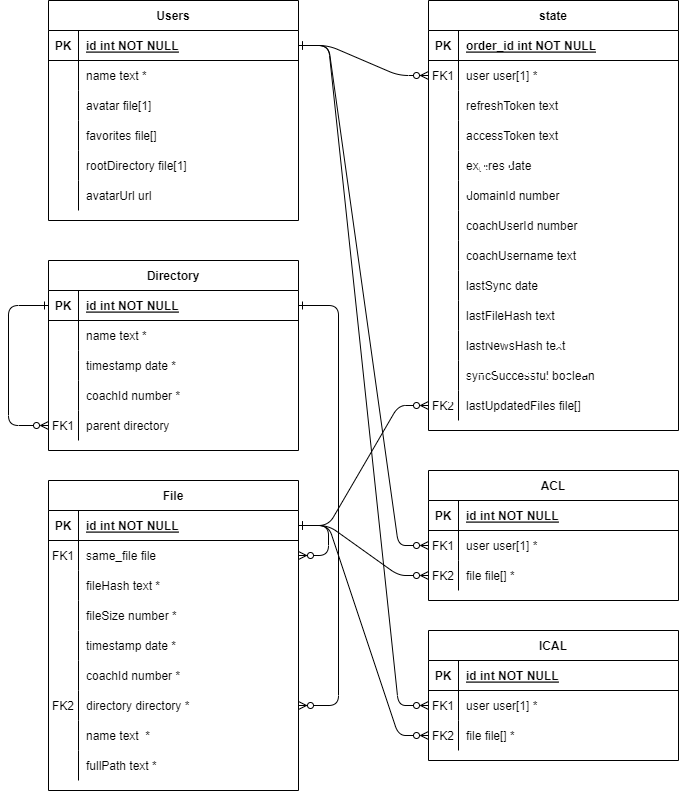
The draw.io diagram docs/entity-relation-model.png in jonas-ponas/better-provadis-coach, before a commit. Source tidied: cells renumbered, new cells last; positions are measured from the earlier drawing's top-left corner, leaving out a move shared by most shapes.
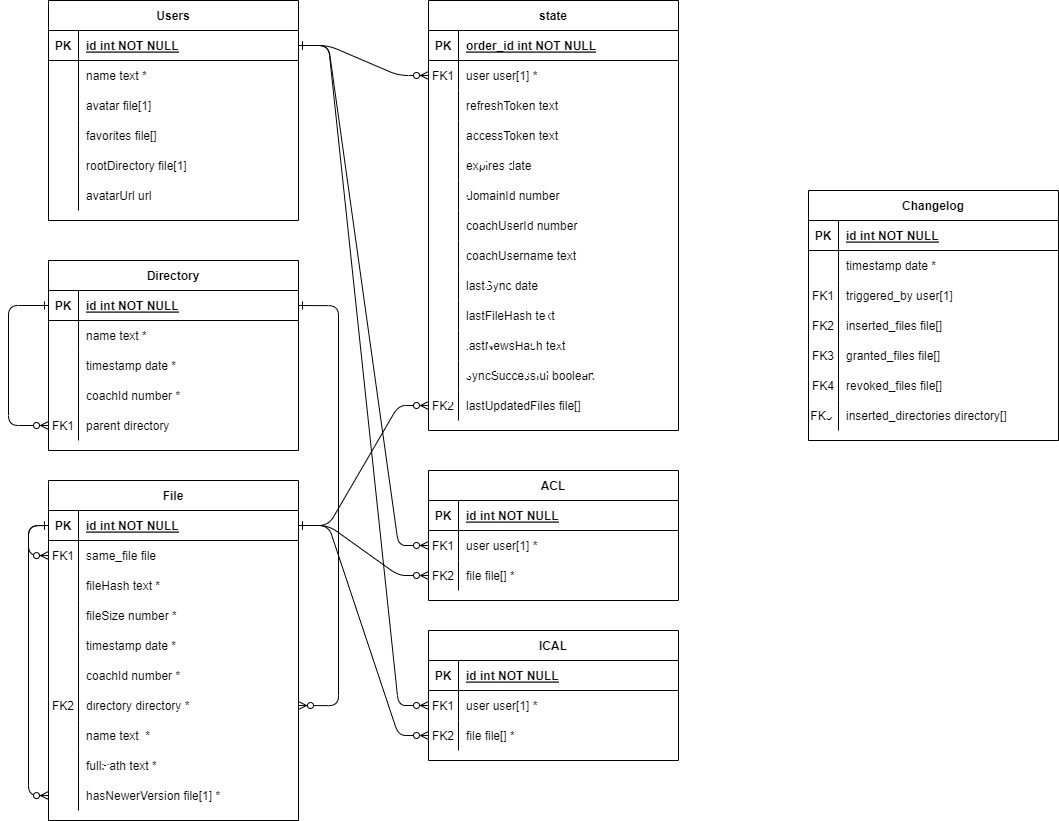
The same diagram one commit later.

Change to the diagram source:
```diff
@@ -126,7 +126,7 @@
       <mxGeometry x="30" width="220" height="30" as="geometry" />
     </mxCell>
     <mxCell id="43" value="File" style="shape=table;startSize=30;rowLines=0;fontStyle=1;align=center;" parent="1" vertex="1">
-      <mxGeometry x="40" y="480" width="250" height="310" as="geometry" />
+      <mxGeometry x="40" y="480" width="250" height="340" as="geometry" />
     </mxCell>
     <mxCell id="44" style="shape=partialRectangle;fillColor=none;points=[[0,0.5],[1,0.5]];portConstraint=eastwest;top=0;left=0;right=0;bottom=1;" parent="43" vertex="1">
       <mxGeometry y="30" width="250" height="30" as="geometry" />
@@ -200,18 +200,40 @@
     <mxCell id="67" value="name text  *" style="shape=partialRectangle;overflow=hidden;fillColor=none;top=0;left=0;bottom=0;right=0;align=left;spacingLeft=6;" parent="65" vertex="1">
       <mxGeometry x="30" width="220" height="30" as="geometry" />
     </mxCell>
+    <mxCell id="134" style="shape=partialRectangle;fillColor=none;top=0;left=0;right=0;bottom=0;" parent="43" vertex="1">
+      <mxGeometry y="270" width="250" height="30" as="geometry" />
+    </mxCell>
+    <mxCell id="135" style="shape=partialRectangle;overflow=hidden;fillColor=none;top=0;left=0;bottom=0;right=0;" parent="134" vertex="1">
+      <mxGeometry width="30" height="30" as="geometry" />
+    </mxCell>
+    <mxCell id="136" value="fullPath text * " style="shape=partialRectangle;overflow=hidden;fillColor=none;top=0;left=0;bottom=0;right=0;align=left;spacingLeft=6;" parent="134" vertex="1">
+      <mxGeometry x="30" width="220" height="30" as="geometry" />
+    </mxCell>
     <mxCell id="68" style="shape=partialRectangle;fillColor=none;points=[[0,0.5],[1,0.5]];portConstraint=eastwest;top=0;left=0;right=0;bottom=0;" parent="43" vertex="1">
-      <mxGeometry y="270" width="250" height="30" as="geometry" />
+      <mxGeometry y="300" width="250" height="30" as="geometry" />
     </mxCell>
     <mxCell id="69" style="shape=partialRectangle;overflow=hidden;fillColor=none;top=0;left=0;bottom=0;right=0;" parent="68" vertex="1">
       <mxGeometry width="30" height="30" as="geometry" />
     </mxCell>
-    <mxCell id="70" value="fullPath text * " style="shape=partialRectangle;overflow=hidden;fillColor=none;top=0;left=0;bottom=0;right=0;align=left;spacingLeft=6;" parent="68" vertex="1">
+    <mxCell id="70" value="hasNewerVersion file[1] * " style="shape=partialRectangle;overflow=hidden;fillColor=none;top=0;left=0;bottom=0;right=0;align=left;spacingLeft=6;" parent="68" vertex="1">
       <mxGeometry x="30" width="220" height="30" as="geometry" />
     </mxCell>
-    <mxCell id="71" style="edgeStyle=entityRelationEdgeStyle;endArrow=ERzeroToMany;startArrow=ERone;endFill=1;startFill=0;entryX=1;entryY=0.5;entryDx=0;entryDy=0;exitX=1;exitY=0.5;exitDx=0;exitDy=0;" parent="43" edge="1" source="44" target="47">
-      <mxGeometry relative="1" as="geometry" />
+    <mxCell id="71" style="edgeStyle=orthogonalEdgeStyle;endArrow=ERzeroToMany;startArrow=ERone;endFill=1;startFill=0;entryX=0;entryY=0.5;entryDx=0;entryDy=0;exitX=0;exitY=0.5;exitDx=0;exitDy=0;" parent="43" edge="1" source="44" target="47">
+      <mxGeometry relative="1" as="geometry">
+        <Array as="points">
+          <mxPoint x="-20" y="45" />
+          <mxPoint x="-20" y="75" />
+        </Array>
+      </mxGeometry>
     </mxCell>
+    <mxCell id="137" style="edgeStyle=orthogonalEdgeStyle;endArrow=ERzeroToMany;startArrow=ERone;endFill=1;startFill=0;entryX=0;entryY=0.5;entryDx=0;entryDy=0;exitX=0;exitY=0.5;exitDx=0;exitDy=0;" parent="43" edge="1" source="44" target="68">
+      <mxGeometry relative="1" as="geometry">
+        <Array as="points">
+          <mxPoint x="-20" y="45" />
+          <mxPoint x="-20" y="315" />
+        </Array>
+      </mxGeometry>
+    </mxCell>
     <mxCell id="72" value="Users" style="shape=table;startSize=30;rowLines=0;fontStyle=1;align=center;" parent="1" vertex="1">
       <mxGeometry x="40" width="250" height="220" as="geometry" />
     </mxCell>
@@ -408,5 +430,71 @@
     <mxCell id="133" style="endArrow=ERone;html=1;rounded=1;exitX=0;exitY=0.5;exitDx=0;exitDy=0;strokeColor=default;endFill=0;startArrow=ERzeroToMany;startFill=0;edgeStyle=entityRelationEdgeStyle;entryX=1;entryY=0.5;entryDx=0;entryDy=0;" parent="1" edge="1" source="126" target="73">
       <mxGeometry relative="1" as="geometry" />
     </mxCell>
+    <mxCell id="138" value="Changelog" style="shape=table;startSize=30;rowLines=0;fontStyle=1;align=center;" parent="1" vertex="1">
+      <mxGeometry x="800" y="190" width="250" height="250" as="geometry" />
+    </mxCell>
+    <mxCell id="139" style="shape=partialRectangle;fillColor=none;top=0;left=0;right=0;bottom=1;" parent="138" vertex="1">
+      <mxGeometry y="30" width="250" height="30" as="geometry" />
+    </mxCell>
+    <mxCell id="140" value="PK" style="shape=partialRectangle;overflow=hidden;fillColor=none;top=0;left=0;bottom=0;right=0;fontStyle=1;" parent="139" vertex="1">
+      <mxGeometry width="30" height="30" as="geometry" />
+    </mxCell>
+    <mxCell id="141" value="id int NOT NULL " style="shape=partialRectangle;overflow=hidden;fillColor=none;top=0;left=0;bottom=0;right=0;align=left;spacingLeft=6;fontStyle=5;" parent="139" vertex="1">
+      <mxGeometry x="30" width="220" height="30" as="geometry" />
+    </mxCell>
+    <mxCell id="142" style="shape=partialRectangle;fillColor=none;top=0;left=0;right=0;bottom=0;" parent="138" vertex="1">
+      <mxGeometry y="60" width="250" height="30" as="geometry" />
+    </mxCell>
+    <mxCell id="143" style="shape=partialRectangle;overflow=hidden;fillColor=none;top=0;left=0;bottom=0;right=0;" parent="142" vertex="1">
+      <mxGeometry width="30" height="30" as="geometry" />
+    </mxCell>
+    <mxCell id="144" value="timestamp date *" style="shape=partialRectangle;overflow=hidden;fillColor=none;top=0;left=0;bottom=0;right=0;align=left;spacingLeft=6;" parent="142" vertex="1">
+      <mxGeometry x="30" width="220" height="30" as="geometry" />
+    </mxCell>
+    <mxCell id="145" style="shape=partialRectangle;fillColor=none;top=0;left=0;right=0;bottom=0;" parent="138" vertex="1">
+      <mxGeometry y="90" width="250" height="30" as="geometry" />
+    </mxCell>
+    <mxCell id="146" value="FK1" style="shape=partialRectangle;overflow=hidden;fillColor=none;top=0;left=0;bottom=0;right=0;" parent="145" vertex="1">
+      <mxGeometry width="30" height="30" as="geometry" />
+    </mxCell>
+    <mxCell id="147" value="triggered_by user[1] " style="shape=partialRectangle;overflow=hidden;fillColor=none;top=0;left=0;bottom=0;right=0;align=left;spacingLeft=6;" parent="145" vertex="1">
+      <mxGeometry x="30" width="220" height="30" as="geometry" />
+    </mxCell>
+    <mxCell id="148" style="shape=partialRectangle;fillColor=none;top=0;left=0;right=0;bottom=0;" parent="138" vertex="1">
+      <mxGeometry y="120" width="250" height="30" as="geometry" />
+    </mxCell>
+    <mxCell id="149" value="FK2" style="shape=partialRectangle;overflow=hidden;fillColor=none;top=0;left=0;bottom=0;right=0;" parent="148" vertex="1">
+      <mxGeometry width="30" height="30" as="geometry" />
+    </mxCell>
+    <mxCell id="150" value="inserted_files file[]" style="shape=partialRectangle;overflow=hidden;fillColor=none;top=0;left=0;bottom=0;right=0;align=left;spacingLeft=6;" parent="148" vertex="1">
+      <mxGeometry x="30" width="220" height="30" as="geometry" />
+    </mxCell>
+    <mxCell id="151" style="shape=partialRectangle;fillColor=none;top=0;left=0;right=0;bottom=0;" parent="138" vertex="1">
+      <mxGeometry y="150" width="250" height="30" as="geometry" />
+    </mxCell>
+    <mxCell id="152" value="FK3" style="shape=partialRectangle;overflow=hidden;fillColor=none;top=0;left=0;bottom=0;right=0;" parent="151" vertex="1">
+      <mxGeometry width="30" height="30" as="geometry" />
+    </mxCell>
+    <mxCell id="153" value="granted_files file[]" style="shape=partialRectangle;overflow=hidden;fillColor=none;top=0;left=0;bottom=0;right=0;align=left;spacingLeft=6;" parent="151" vertex="1">
+      <mxGeometry x="30" width="220" height="30" as="geometry" />
+    </mxCell>
+    <mxCell id="154" style="shape=partialRectangle;fillColor=none;top=0;left=0;right=0;bottom=0;" parent="138" vertex="1">
+      <mxGeometry y="180" width="250" height="30" as="geometry" />
+    </mxCell>
+    <mxCell id="155" value="FK4" style="shape=partialRectangle;overflow=hidden;fillColor=none;top=0;left=0;bottom=0;right=0;" parent="154" vertex="1">
+      <mxGeometry width="30" height="30" as="geometry" />
+    </mxCell>
+    <mxCell id="156" value="revoked_files file[]" style="shape=partialRectangle;overflow=hidden;fillColor=none;top=0;left=0;bottom=0;right=0;align=left;spacingLeft=6;" parent="154" vertex="1">
+      <mxGeometry x="30" width="220" height="30" as="geometry" />
+    </mxCell>
+    <mxCell id="157" style="shape=partialRectangle;fillColor=none;top=0;left=0;right=0;bottom=0;" parent="138" vertex="1">
+      <mxGeometry y="210" width="250" height="30" as="geometry" />
+    </mxCell>
+    <mxCell id="158" value="FK5 " style="shape=partialRectangle;overflow=hidden;fillColor=none;top=0;left=0;bottom=0;right=0;" parent="157" vertex="1">
+      <mxGeometry width="30" height="30" as="geometry" />
+    </mxCell>
+    <mxCell id="159" value="inserted_directories directory[]" style="shape=partialRectangle;overflow=hidden;fillColor=none;top=0;left=0;bottom=0;right=0;align=left;spacingLeft=6;" parent="157" vertex="1">
+      <mxGeometry x="30" width="220" height="30" as="geometry" />
+    </mxCell>
   </root>
 </mxGraphModel>
```
